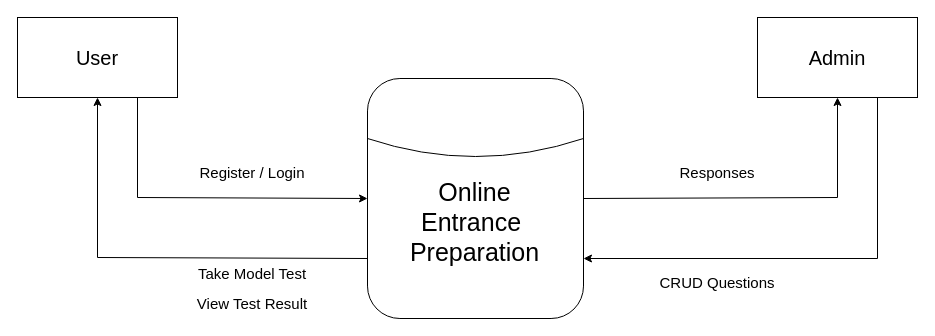
Earlier version of the draw.io diagram static/Project Diagram/DFD - Level 0.drawio (sainisoftravi/online_entrance). Source tidied: cells renumbered, new cells numbered last; positions are measured from the earlier drawing's top-left corner, leaving out a move shared by most shapes. Both pictures are drawn from the tidied source at 100%, with x=0, y=0 at pixel (17, 17).
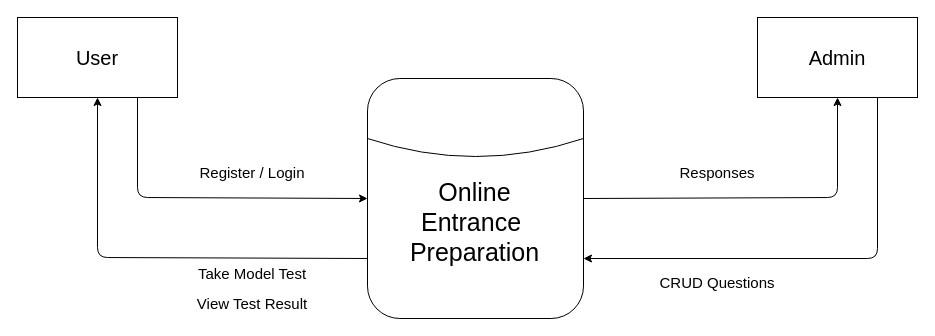
The same diagram, later.

Unchanged cells that the change refers to:
```xml
<mxCell id="2" value="&lt;font style=&quot;font-size: 20px;&quot;&gt;User&lt;/font&gt;" style="rounded=0;whiteSpace=wrap;html=1;" parent="1" vertex="1">
  <mxGeometry width="160" height="80" as="geometry" />
</mxCell>
<mxCell id="3" value="&lt;font style=&quot;font-size: 20px;&quot;&gt;Admin&lt;/font&gt;" style="rounded=0;whiteSpace=wrap;html=1;" parent="1" vertex="1">
  <mxGeometry x="740" width="160" height="80" as="geometry" />
</mxCell>
<mxCell id="11" style="rounded=1;whiteSpace=wrap;html=1;" parent="10" vertex="1">
  <mxGeometry width="216" height="240" as="geometry" />
</mxCell>
```

What changed in the source:
```diff
@@
-    <mxCell id="4" style="endArrow=classic;html=1;rounded=0;entryX=0.5;entryY=1;entryDx=0;entryDy=0;exitX=0;exitY=0.75;exitDx=0;exitDy=0;" parent="1" edge="1" source="11" target="2">
+    <mxCell id="4" style="endArrow=classic;html=1;rounded=1;entryX=0.5;entryY=1;entryDx=0;entryDy=0;exitX=0;exitY=0.75;exitDx=0;exitDy=0;" parent="1" edge="1" source="11" target="2">
       <mxGeometry relative="1" as="geometry">
         <Array as="points">
           <mxPoint x="80" y="240" />
         </Array>
       </mxGeometry>
     </mxCell>
-    <mxCell id="5" style="endArrow=classic;html=1;rounded=0;entryX=0.5;entryY=1;entryDx=0;entryDy=0;exitX=1;exitY=0.5;exitDx=0;exitDy=0;" parent="1" edge="1" source="11" target="3">
+    <mxCell id="5" style="endArrow=classic;html=1;rounded=1;entryX=0.5;entryY=1;entryDx=0;entryDy=0;exitX=1;exitY=0.5;exitDx=0;exitDy=0;" parent="1" edge="1" source="11" target="3">
       <mxGeometry relative="1" as="geometry">
         <Array as="points">
           <mxPoint x="820" y="180" />
         </Array>
       </mxGeometry>
     </mxCell>
-    <mxCell id="6" style="endArrow=classic;html=1;rounded=0;exitX=0.75;exitY=1;exitDx=0;exitDy=0;entryX=0;entryY=0.5;entryDx=0;entryDy=0;" parent="1" edge="1" source="2" target="11">
+    <mxCell id="6" style="endArrow=classic;html=1;rounded=1;exitX=0.75;exitY=1;exitDx=0;exitDy=0;entryX=0;entryY=0.5;entryDx=0;entryDy=0;" parent="1" edge="1" source="2" target="11">
       <mxGeometry relative="1" as="geometry">
         <Array as="points">
           <mxPoint x="120" y="180" />
         </Array>
       </mxGeometry>
     </mxCell>
@@
-    <mxCell id="15" style="endArrow=classic;html=1;rounded=0;entryX=1;entryY=0.75;entryDx=0;entryDy=0;exitX=0.75;exitY=1;exitDx=0;exitDy=0;" parent="1" edge="1" source="3" target="11">
+    <mxCell id="15" style="endArrow=classic;html=1;rounded=1;entryX=1;entryY=0.75;entryDx=0;entryDy=0;exitX=0.75;exitY=1;exitDx=0;exitDy=0;" parent="1" edge="1" source="3" target="11">
       <mxGeometry relative="1" as="geometry">
         <Array as="points">
           <mxPoint x="860" y="241" />
         </Array>
       </mxGeometry>
     </mxCell>
```
